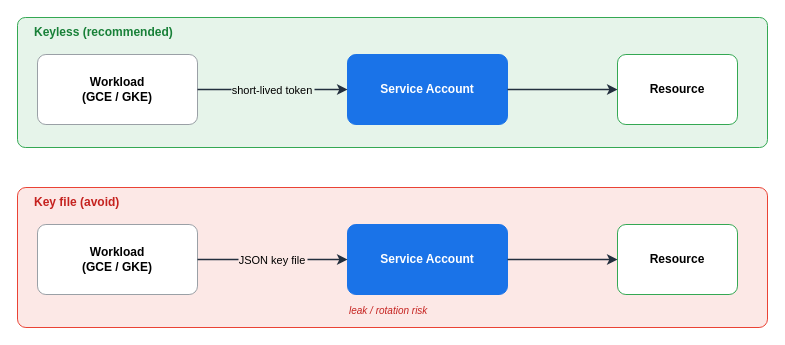
Earlier version of the draw.io diagram assets/img/gcp/gcp-sa-auth.drawio (KKamJi98/kkamji98.github.io). Source tidied: cells renumbered, new cells numbered last; positions are measured from the earlier drawing's top-left corner, leaving out a move shared by most shapes. Both pictures are drawn from the tidied source at 100%, with x=0, y=0 at pixel (17, 17).
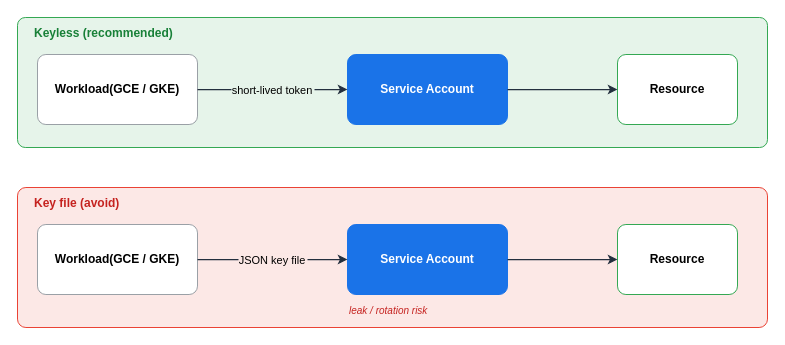
The same diagram, later.

The edit, as a diff of the source:
```diff
@@
 <mxGraphModel background="#FFFFFF">
   <root>
     <mxCell id="0" />
     <mxCell id="1" parent="0" />
-    <mxCell id="2" style="rounded=1;arcSize=6;whiteSpace=wrap;html=1;fillColor=#E6F4EA;strokeColor=#34A853;fontColor=#000000;" parent="1" vertex="1">
+    <mxCell id="2" style="rounded=1;arcSize=6;whiteSpace=wrap;html=0;fillColor=#E6F4EA;strokeColor=#34A853;fontColor=#000000;" parent="1" vertex="1">
       <mxGeometry width="750" height="130" as="geometry" />
     </mxCell>
-    <mxCell id="3" style="rounded=1;arcSize=6;whiteSpace=wrap;html=1;fillColor=#FCE8E6;strokeColor=#EA4335;fontColor=#000000;" parent="1" vertex="1">
+    <mxCell id="3" style="rounded=1;arcSize=6;whiteSpace=wrap;html=0;fillColor=#FCE8E6;strokeColor=#EA4335;fontColor=#000000;" parent="1" vertex="1">
       <mxGeometry y="170" width="750" height="140" as="geometry" />
     </mxCell>
-    <mxCell id="4" value="Keyless (recommended)" style="text;html=1;align=left;verticalAlign=middle;fontColor=#188038;fontSize=12;fontStyle=1;" parent="1" vertex="1">
+    <mxCell id="4" value="Keyless (recommended)" style="text;html=0;align=left;verticalAlign=middle;fontColor=#188038;fontSize=12;fontStyle=1;" parent="1" vertex="1">
       <mxGeometry x="15" y="5" width="250" height="20" as="geometry" />
     </mxCell>
-    <mxCell id="5" value="Workload&lt;br&gt;(GCE / GKE)" style="rounded=1;arcSize=12;whiteSpace=wrap;html=1;fillColor=#FFFFFF;strokeColor=#9AA0A6;fontColor=#000000;fontSize=12;fontStyle=1;verticalAlign=middle;align=center;" parent="1" vertex="1">
+    <mxCell id="5" value="Workload(GCE / GKE)" style="rounded=1;arcSize=12;whiteSpace=wrap;html=0;fillColor=#FFFFFF;strokeColor=#9AA0A6;fontColor=#000000;fontSize=12;fontStyle=1;verticalAlign=middle;align=center;" parent="1" vertex="1">
       <mxGeometry x="20" y="37" width="160" height="70" as="geometry" />
     </mxCell>
-    <mxCell id="6" value="Service Account" style="rounded=1;arcSize=12;whiteSpace=wrap;html=1;fillColor=#1A73E8;strokeColor=#1A73E8;fontColor=#FFFFFF;fontSize=12;fontStyle=1;verticalAlign=middle;align=center;" parent="1" vertex="1">
+    <mxCell id="6" value="Service Account" style="rounded=1;arcSize=12;whiteSpace=wrap;html=0;fillColor=#1A73E8;strokeColor=#1A73E8;fontColor=#FFFFFF;fontSize=12;fontStyle=1;verticalAlign=middle;align=center;" parent="1" vertex="1">
       <mxGeometry x="330" y="37" width="160" height="70" as="geometry" />
     </mxCell>
-    <mxCell id="7" value="Resource" style="rounded=1;arcSize=12;whiteSpace=wrap;html=1;fillColor=#FFFFFF;strokeColor=#34A853;fontColor=#000000;fontSize=12;fontStyle=1;verticalAlign=middle;align=center;" parent="1" vertex="1">
+    <mxCell id="7" value="Resource" style="rounded=1;arcSize=12;whiteSpace=wrap;html=0;fillColor=#FFFFFF;strokeColor=#34A853;fontColor=#000000;fontSize=12;fontStyle=1;verticalAlign=middle;align=center;" parent="1" vertex="1">
       <mxGeometry x="600" y="37" width="120" height="70" as="geometry" />
     </mxCell>
-    <mxCell id="8" value="Key file (avoid)" style="text;html=1;align=left;verticalAlign=middle;fontColor=#C5221F;fontSize=12;fontStyle=1;" parent="1" vertex="1">
+    <mxCell id="8" value="Key file (avoid)" style="text;html=0;align=left;verticalAlign=middle;fontColor=#C5221F;fontSize=12;fontStyle=1;" parent="1" vertex="1">
       <mxGeometry x="15" y="175" width="250" height="20" as="geometry" />
     </mxCell>
-    <mxCell id="9" value="Workload&lt;br&gt;(GCE / GKE)" style="rounded=1;arcSize=12;whiteSpace=wrap;html=1;fillColor=#FFFFFF;strokeColor=#9AA0A6;fontColor=#000000;fontSize=12;fontStyle=1;verticalAlign=middle;align=center;" parent="1" vertex="1">
+    <mxCell id="9" value="Workload(GCE / GKE)" style="rounded=1;arcSize=12;whiteSpace=wrap;html=0;fillColor=#FFFFFF;strokeColor=#9AA0A6;fontColor=#000000;fontSize=12;fontStyle=1;verticalAlign=middle;align=center;" parent="1" vertex="1">
       <mxGeometry x="20" y="207" width="160" height="70" as="geometry" />
     </mxCell>
-    <mxCell id="10" value="Service Account" style="rounded=1;arcSize=12;whiteSpace=wrap;html=1;fillColor=#1A73E8;strokeColor=#1A73E8;fontColor=#FFFFFF;fontSize=12;fontStyle=1;verticalAlign=middle;align=center;" parent="1" vertex="1">
+    <mxCell id="10" value="Service Account" style="rounded=1;arcSize=12;whiteSpace=wrap;html=0;fillColor=#1A73E8;strokeColor=#1A73E8;fontColor=#FFFFFF;fontSize=12;fontStyle=1;verticalAlign=middle;align=center;" parent="1" vertex="1">
       <mxGeometry x="330" y="207" width="160" height="70" as="geometry" />
     </mxCell>
-    <mxCell id="11" value="Resource" style="rounded=1;arcSize=12;whiteSpace=wrap;html=1;fillColor=#FFFFFF;strokeColor=#34A853;fontColor=#000000;fontSize=12;fontStyle=1;verticalAlign=middle;align=center;" parent="1" vertex="1">
+    <mxCell id="11" value="Resource" style="rounded=1;arcSize=12;whiteSpace=wrap;html=0;fillColor=#FFFFFF;strokeColor=#34A853;fontColor=#000000;fontSize=12;fontStyle=1;verticalAlign=middle;align=center;" parent="1" vertex="1">
       <mxGeometry x="600" y="207" width="120" height="70" as="geometry" />
     </mxCell>
-    <mxCell id="12" value="leak / rotation risk" style="text;html=1;align=left;verticalAlign=middle;fontColor=#C5221F;fontSize=10;fontStyle=2;" parent="1" vertex="1">
+    <mxCell id="12" value="leak / rotation risk" style="text;html=0;align=left;verticalAlign=middle;fontColor=#C5221F;fontSize=10;fontStyle=2;" parent="1" vertex="1">
       <mxGeometry x="330" y="283" width="300" height="20" as="geometry" />
     </mxCell>
-    <mxCell id="13" value="short-lived token" style="edgeStyle=orthogonalEdgeStyle;html=0;rounded=0;strokeColor=#232F3E;strokeWidth=1.5;fontColor=#000000;labelBackgroundColor=#E6F4EA;endArrow=classic;exitX=1;exitY=0.5;exitDx=0;exitDy=0;entryX=0;entryY=0.5;entryDx=0;entryDy=0;" parent="1" edge="1" source="5" target="6">
+    <mxCell id="13" value="short-lived token" style="edgeStyle=orthogonalEdgeStyle;html=0;rounded=0;strokeColor=#232F3E;strokeWidth=1.25;fontColor=#000000;labelBackgroundColor=#E6F4EA;endArrow=classic;exitX=1;exitY=0.5;exitDx=0;exitDy=0;entryX=0;entryY=0.5;entryDx=0;entryDy=0;" parent="1" edge="1" source="5" target="6">
       <mxGeometry relative="1" as="geometry" />
     </mxCell>
-    <mxCell id="14" style="edgeStyle=orthogonalEdgeStyle;html=1;rounded=0;strokeColor=#232F3E;strokeWidth=1.5;fontColor=#000000;endArrow=classic;exitX=1;exitY=0.5;exitDx=0;exitDy=0;entryX=0;entryY=0.5;entryDx=0;entryDy=0;" parent="1" edge="1" source="6" target="7">
+    <mxCell id="14" style="edgeStyle=orthogonalEdgeStyle;html=0;rounded=0;strokeColor=#232F3E;strokeWidth=1.25;fontColor=#000000;endArrow=classic;exitX=1;exitY=0.5;exitDx=0;exitDy=0;entryX=0;entryY=0.5;entryDx=0;entryDy=0;" parent="1" edge="1" source="6" target="7">
       <mxGeometry relative="1" as="geometry" />
     </mxCell>
-    <mxCell id="15" value="JSON key file" style="edgeStyle=orthogonalEdgeStyle;html=0;rounded=0;strokeColor=#232F3E;strokeWidth=1.5;fontColor=#000000;labelBackgroundColor=#FCE8E6;endArrow=classic;exitX=1;exitY=0.5;exitDx=0;exitDy=0;entryX=0;entryY=0.5;entryDx=0;entryDy=0;" parent="1" edge="1" source="9" target="10">
+    <mxCell id="15" value="JSON key file" style="edgeStyle=orthogonalEdgeStyle;html=0;rounded=0;strokeColor=#232F3E;strokeWidth=1.25;fontColor=#000000;labelBackgroundColor=#FCE8E6;endArrow=classic;exitX=1;exitY=0.5;exitDx=0;exitDy=0;entryX=0;entryY=0.5;entryDx=0;entryDy=0;" parent="1" edge="1" source="9" target="10">
       <mxGeometry relative="1" as="geometry" />
     </mxCell>
-    <mxCell id="16" style="edgeStyle=orthogonalEdgeStyle;html=1;rounded=0;strokeColor=#232F3E;strokeWidth=1.5;fontColor=#000000;endArrow=classic;exitX=1;exitY=0.5;exitDx=0;exitDy=0;entryX=0;entryY=0.5;entryDx=0;entryDy=0;" parent="1" edge="1" source="10" target="11">
+    <mxCell id="16" style="edgeStyle=orthogonalEdgeStyle;html=0;rounded=0;strokeColor=#232F3E;strokeWidth=1.25;fontColor=#000000;endArrow=classic;exitX=1;exitY=0.5;exitDx=0;exitDy=0;entryX=0;entryY=0.5;entryDx=0;entryDy=0;" parent="1" edge="1" source="10" target="11">
       <mxGeometry relative="1" as="geometry" />
     </mxCell>
   </root>
 </mxGraphModel>
```
